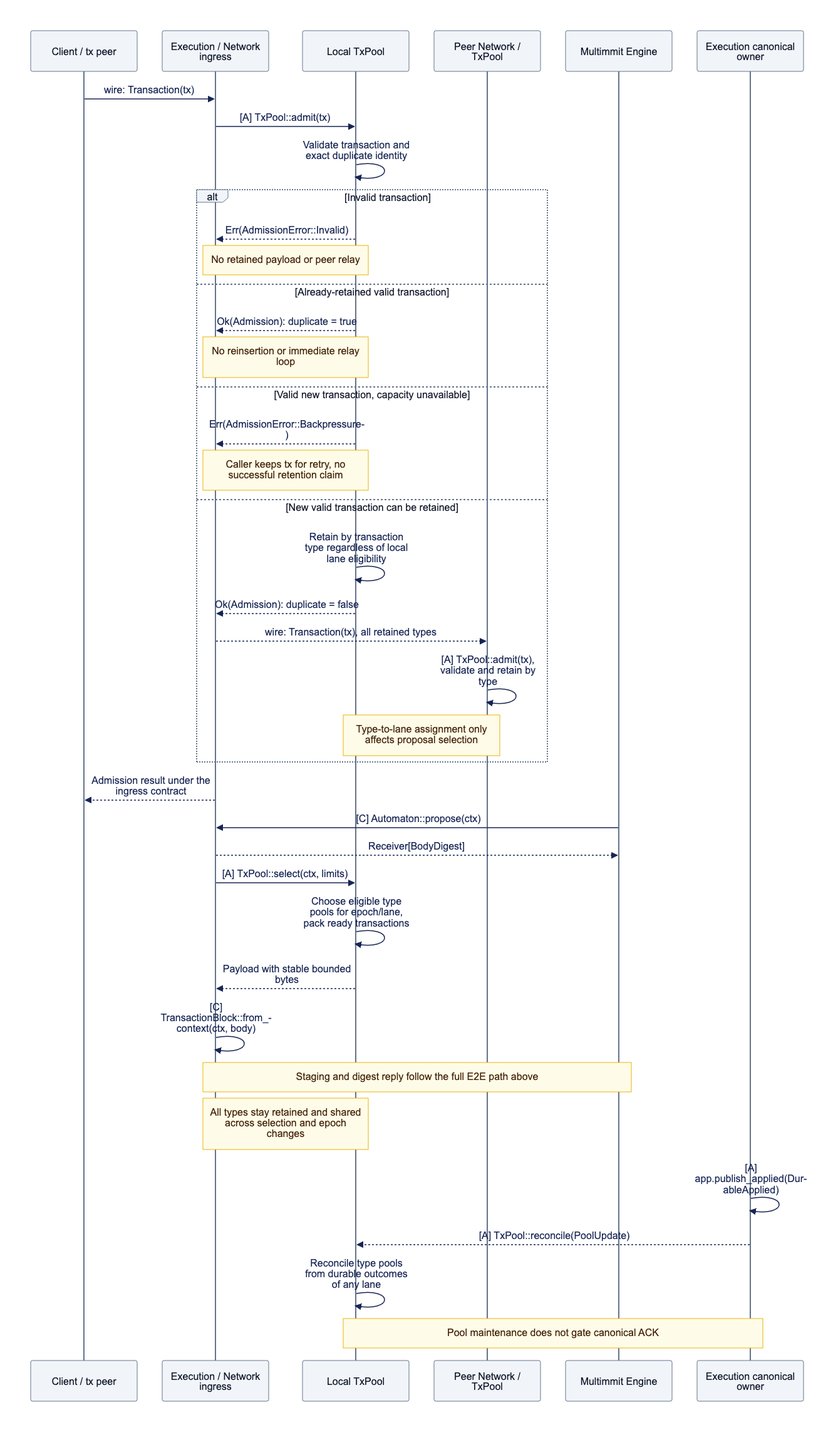
djm07073/baton keeps this Mermaid diagram as docs/assets/diagrams/diagram-03.png. Above is the earlier version. Its source is kept beside it as docs/assets/diagrams/diagram-03.mmd.
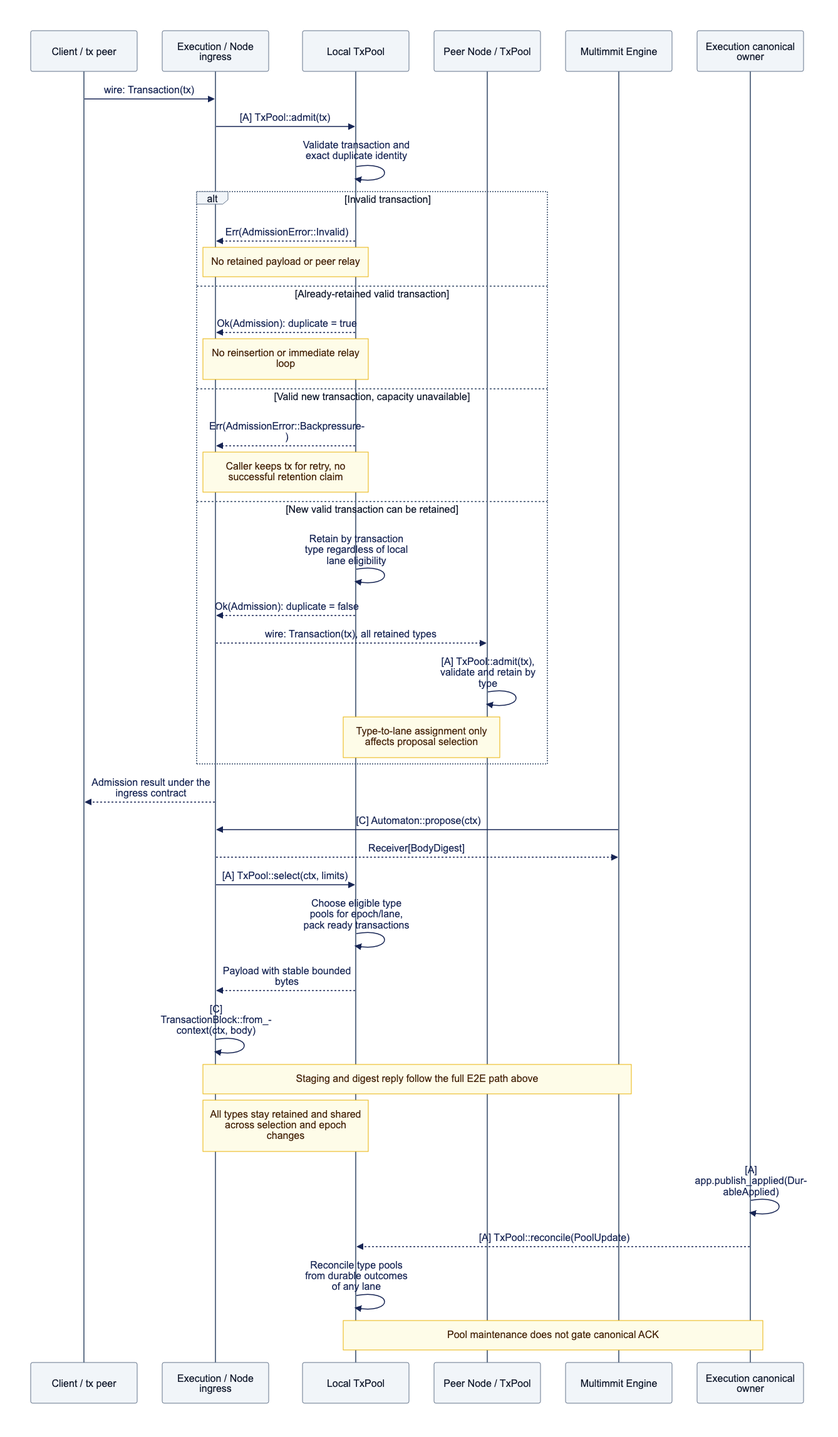
Later version of the same file.

Diff of the diagram source:
```diff
@@ -1,8 +1,8 @@
 sequenceDiagram
     participant C as Client / tx peer
-    participant A as Execution / Network ingress
+    participant A as Execution / Node ingress
     participant P as Local TxPool
-    participant Q as Peer Network / TxPool
+    participant Q as Peer Node / TxPool
     participant N as Multimmit Engine
     participant W as Execution canonical owner
     C->>A: wire: Transaction(tx)
```
